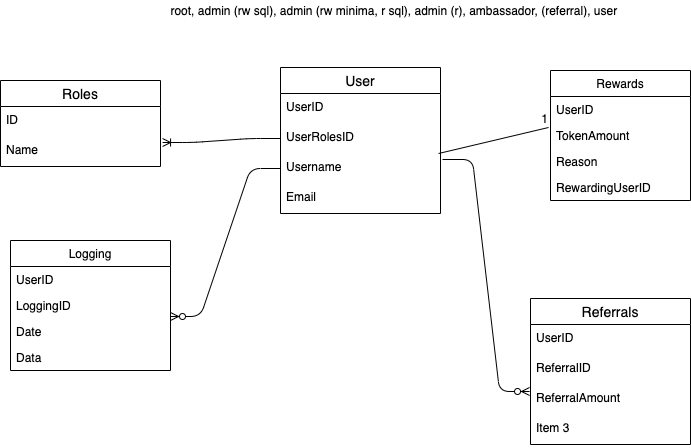
Before: docs/images/dbase.png, a diagram exported from draw.io (minima-global/incentivecash). Source tidied: cells renumbered, new cells last; positions are measured from the earlier drawing's top-left corner, leaving out a move shared by most shapes.
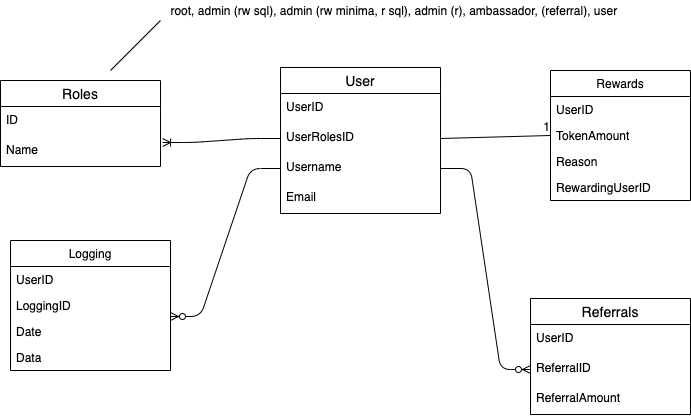
Later version of the same file.

Commit message:
Latest dbase design

Change to the diagram source:
```diff
@@ -62,10 +62,8 @@
     <mxCell id="21" style="edgeStyle=entityRelationEdgeStyle;fontSize=12;html=1;endArrow=ERzeroToMany;endFill=1;entryX=1;entryY=-0.077;entryDx=0;entryDy=0;entryPerimeter=0;exitX=0;exitY=0.5;exitDx=0;exitDy=0;" parent="1" edge="1" source="5" target="18">
       <mxGeometry relative="1" as="geometry" />
     </mxCell>
-    <mxCell id="22" style="endArrow=none;html=1;rounded=0;entryX=-0.014;entryY=0.192;entryDx=0;entryDy=0;entryPerimeter=0;exitX=0.988;exitY=0;exitDx=0;exitDy=0;exitPerimeter=0;" parent="1" edge="1" target="12">
-      <mxGeometry relative="1" as="geometry">
-        <mxPoint x="438.1" y="153" as="sourcePoint" />
-      </mxGeometry>
+    <mxCell id="22" style="endArrow=none;html=1;rounded=0;entryX=0;entryY=0.5;entryDx=0;entryDy=0;exitX=1;exitY=0.5;exitDx=0;exitDy=0;" parent="1" edge="1" source="4" target="12">
+      <mxGeometry relative="1" as="geometry" />
     </mxCell>
     <mxCell id="23" value="1" style="html=1;align=right;verticalAlign=bottom;" parent="22" vertex="1">
       <mxGeometry x="1" relative="1" as="geometry" />
@@ -74,7 +72,7 @@
       <mxGeometry x="160" width="470" height="20" as="geometry" />
     </mxCell>
     <mxCell id="25" value="Referrals" style="swimlane;fontStyle=0;horizontal=1;startSize=26;align=center;fontSize=14;" parent="1" vertex="1">
-      <mxGeometry x="530" y="298" width="160" height="146" as="geometry" />
+      <mxGeometry x="530" y="298" width="160" height="116" as="geometry" />
     </mxCell>
     <mxCell id="26" value="UserID" style="text;strokeColor=none;fillColor=none;spacingLeft=4;spacingRight=4;overflow=hidden;fontSize=12;" parent="25" vertex="1">
       <mxGeometry y="26" width="160" height="30" as="geometry" />
@@ -85,13 +83,14 @@
     <mxCell id="28" value="ReferralAmount" style="text;strokeColor=none;fillColor=none;spacingLeft=4;spacingRight=4;overflow=hidden;points=[[0,0.5],[1,0.5]];portConstraint=eastwest;fontSize=12;" parent="25" vertex="1">
       <mxGeometry y="86" width="160" height="30" as="geometry" />
     </mxCell>
-    <mxCell id="29" value="Item 3" style="text;strokeColor=none;fillColor=none;spacingLeft=4;spacingRight=4;overflow=hidden;fontSize=12;" parent="25" vertex="1">
-      <mxGeometry y="116" width="160" height="30" as="geometry" />
-    </mxCell>
-    <mxCell id="30" style="edgeStyle=entityRelationEdgeStyle;fontSize=12;html=1;endArrow=ERzeroToMany;endFill=1;entryX=-0.006;entryY=0.233;entryDx=0;entryDy=0;entryPerimeter=0;" parent="1" edge="1" target="28">
-      <mxGeometry relative="1" as="geometry">
-        <mxPoint x="442" y="159" as="sourcePoint" />
-      </mxGeometry>
+    <mxCell id="30" style="edgeStyle=entityRelationEdgeStyle;fontSize=12;html=1;endArrow=ERzeroToMany;endFill=1;entryX=0;entryY=0.5;entryDx=0;entryDy=0;exitX=1;exitY=0.5;exitDx=0;exitDy=0;" parent="1" edge="1" source="5" target="27">
+      <mxGeometry relative="1" as="geometry" />
     </mxCell>
+    <mxCell id="31" style="endArrow=none;html=1;" parent="1" edge="1">
+      <mxGeometry relative="1" as="geometry">
+        <mxPoint x="110" y="70" as="sourcePoint" />
+        <mxPoint x="160" y="20" as="targetPoint" />
+      </mxGeometry>
+    </mxCell>
   </root>
 </mxGraphModel>
```
